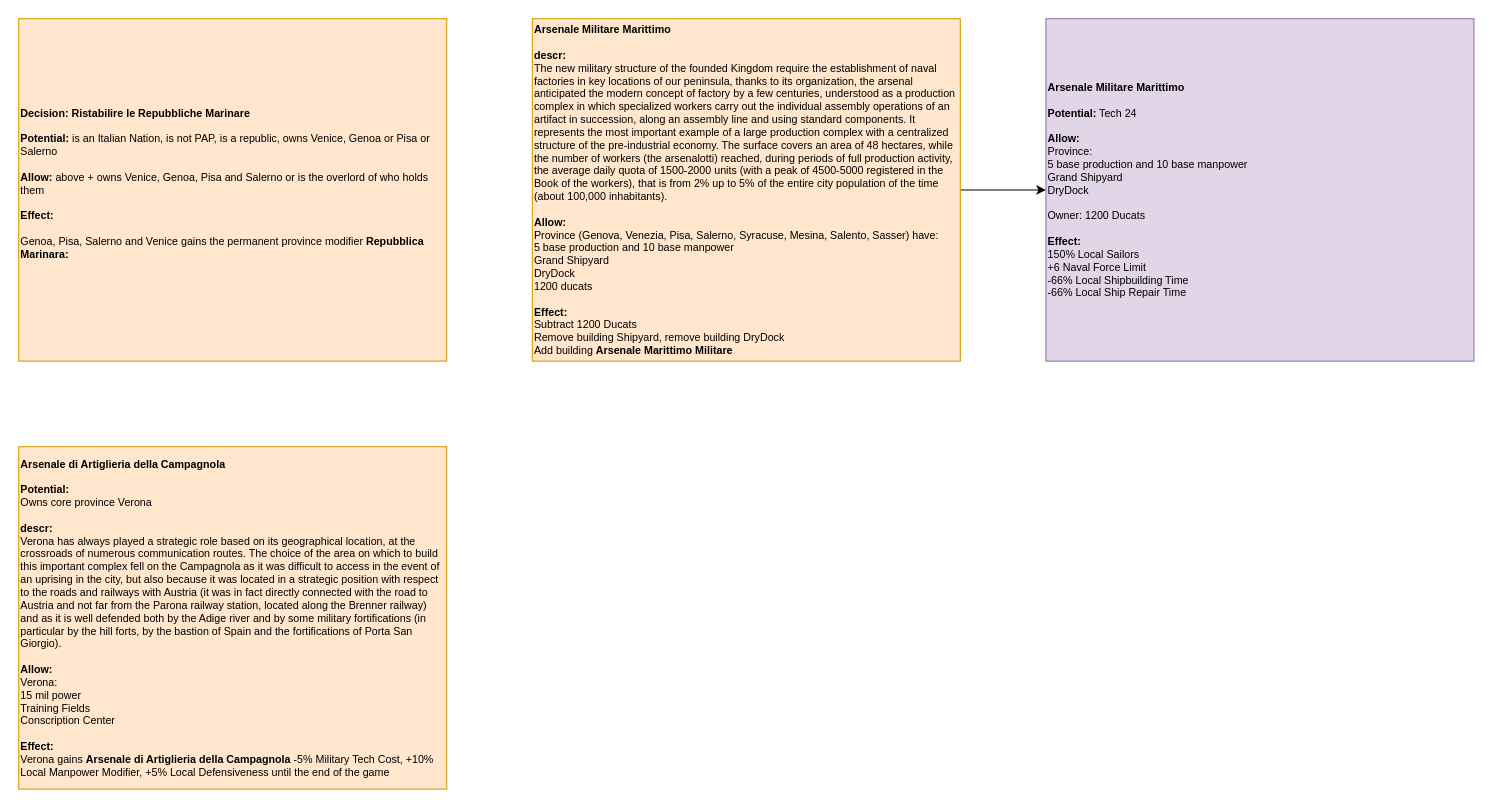
Before: page "Dec/Building" (4 of 4) of It's Spaghetti Time/It's Spaghetti Time.drawio in Melvasul/Missions-Expanded, a draw.io diagram. Source tidied: cells renumbered, new cells numbered last; positions are measured from the earlier drawing's top-left corner, leaving out a move shared by most shapes. Both pictures are drawn from the tidied source at 107%, with x=0, y=0 at pixel (18, 18).
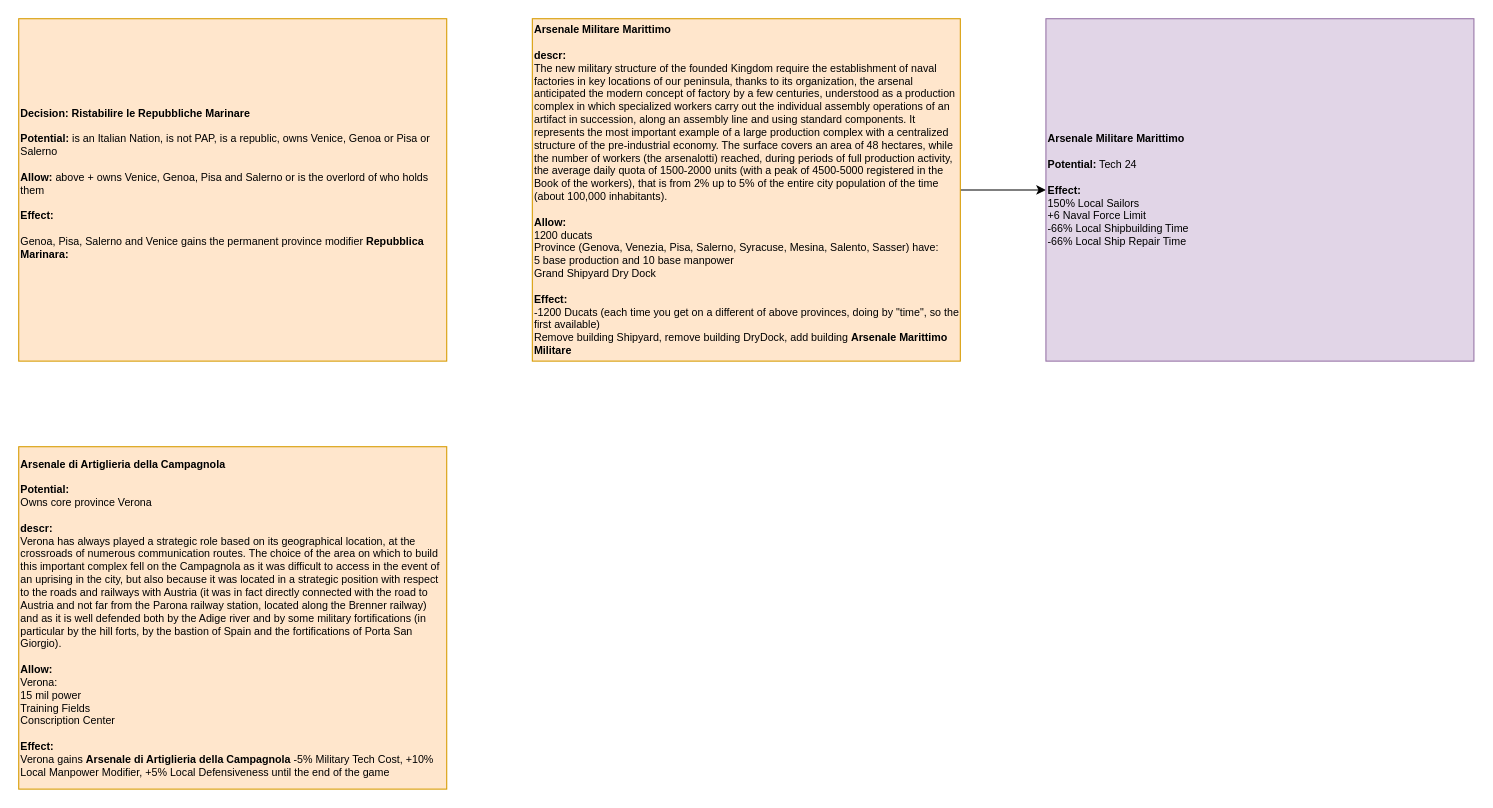
Above is the later version.

Change to the diagram source:
```diff
@@
 <mxGraphModel>
   <root>
     <mxCell id="0" />
     <mxCell id="1" parent="0" />
     <mxCell id="2" value="&lt;div style=&quot;font-size: 10px&quot; align=&quot;left&quot;&gt;&lt;b style=&quot;font-size: 10px&quot;&gt;Decision: Ristabilire le Repubbliche Marinare&lt;/b&gt;&lt;/div&gt;&lt;div style=&quot;font-size: 10px&quot; align=&quot;left&quot;&gt;&lt;br style=&quot;font-size: 10px&quot;&gt;&lt;/div&gt;&lt;div style=&quot;font-size: 10px&quot; align=&quot;left&quot;&gt;&lt;b style=&quot;font-size: 10px&quot;&gt;Potential: &lt;/b&gt;is an Italian Nation, is not PAP, is a republic, owns Venice, Genoa or Pisa or Salerno&lt;/div&gt;&lt;div style=&quot;font-size: 10px&quot; align=&quot;left&quot;&gt;&lt;br&gt;&lt;/div&gt;&lt;div style=&quot;font-size: 10px&quot; align=&quot;left&quot;&gt;&lt;b style=&quot;font-size: 10px&quot;&gt;Allow:&lt;/b&gt;&amp;nbsp;above + owns Venice, Genoa, Pisa and Salerno or is the overlord of who holds them&lt;/div&gt;&lt;div style=&quot;font-size: 10px&quot; align=&quot;left&quot;&gt;&lt;br style=&quot;font-size: 10px&quot;&gt;&lt;/div&gt;&lt;div style=&quot;font-size: 10px&quot; align=&quot;left&quot;&gt;&lt;b style=&quot;font-size: 10px&quot;&gt;Effect:&lt;/b&gt;&lt;/div&gt;&lt;div style=&quot;font-size: 10px&quot; align=&quot;left&quot;&gt;&lt;b style=&quot;font-size: 10px&quot;&gt;&lt;br&gt;&lt;/b&gt;&lt;/div&gt;&lt;div style=&quot;font-size: 10px&quot; align=&quot;left&quot;&gt;Genoa, Pisa, Salerno and Venice gains the permanent province modifier&amp;nbsp;&lt;b style=&quot;font-size: 10px&quot;&gt;Repubblica Marinara:&lt;/b&gt;&amp;nbsp;&lt;/div&gt;&lt;div style=&quot;font-size: 10px&quot; align=&quot;left&quot;&gt;&lt;br style=&quot;font-size: 10px&quot;&gt;&lt;/div&gt;" style="rounded=0;whiteSpace=wrap;html=1;align=left;fontSize=10;fillColor=#ffe6cc;strokeColor=#d79b00;fontColor=#000000;" parent="1" vertex="1">
       <mxGeometry width="400" height="320" as="geometry" />
     </mxCell>
     <mxCell id="3" style="edgeStyle=orthogonalEdgeStyle;rounded=0;jettySize=auto;html=1;exitX=1;exitY=0.5;exitDx=0;exitDy=0;" parent="1" edge="1" source="4" target="5">
       <mxGeometry relative="1" as="geometry" />
     </mxCell>
-    <mxCell id="4" value="&lt;div style=&quot;font-size: 10px&quot; align=&quot;left&quot;&gt;&lt;b&gt;Arsenale Militare Marittimo&lt;/b&gt;&lt;/div&gt;&lt;div style=&quot;font-size: 10px&quot; align=&quot;left&quot;&gt;&lt;br&gt;&lt;/div&gt;&lt;div style=&quot;font-size: 10px&quot; align=&quot;left&quot;&gt;&lt;b&gt;descr:&lt;/b&gt;&lt;/div&gt;&lt;div style=&quot;font-size: 10px&quot; align=&quot;left&quot;&gt;The new military structure of the founded Kingdom require the&amp;nbsp;establishment of naval factories in key locations of our peninsula, thanks to its organization, the arsenal anticipated the modern concept of factory by a few centuries, understood as a production complex in which specialized workers carry out the individual assembly operations of an artifact in succession, along an assembly line and using standard components. It represents the most important example of a large production complex with a centralized structure of the pre-industrial economy. The surface covers an area of 48 hectares, while the number of workers (the arsenalotti) reached, during periods of full production activity, the average daily quota of 1500-2000 units (with a peak of 4500-5000 registered in the Book of the workers), that is from 2% up to 5% of the entire city population of the time (about 100,000 inhabitants).&amp;nbsp;&lt;/div&gt;&lt;div style=&quot;font-size: 10px&quot; align=&quot;left&quot;&gt;&lt;br&gt;&lt;/div&gt;&lt;div style=&quot;font-size: 10px&quot; align=&quot;left&quot;&gt;&lt;b style=&quot;font-size: 10px&quot;&gt;Allow:&lt;/b&gt;&amp;nbsp;&lt;/div&gt;&lt;div style=&quot;font-size: 10px&quot; align=&quot;left&quot;&gt;Province (Genova, Venezia, Pisa, Salerno, Syracuse, Mesina, Salento, Sasser) have:&lt;/div&gt;&lt;div style=&quot;font-size: 10px&quot; align=&quot;left&quot;&gt;5 base production and 10 base manpower&lt;/div&gt;&lt;div style=&quot;font-size: 10px&quot; align=&quot;left&quot;&gt;Grand Shipyard&lt;/div&gt;&lt;div style=&quot;font-size: 10px&quot; align=&quot;left&quot;&gt;DryDock&lt;/div&gt;&lt;div style=&quot;font-size: 10px&quot; align=&quot;left&quot;&gt;1200 ducats&lt;/div&gt;&lt;div style=&quot;font-size: 10px&quot; align=&quot;left&quot;&gt;&lt;br&gt;&lt;/div&gt;&lt;div style=&quot;font-size: 10px&quot; align=&quot;left&quot;&gt;&lt;b style=&quot;font-size: 10px&quot;&gt;Effect:&lt;/b&gt;&lt;/div&gt;&lt;div style=&quot;font-size: 10px&quot; align=&quot;left&quot;&gt;Subtract 1200 Ducats&lt;/div&gt;&lt;div style=&quot;font-size: 10px&quot; align=&quot;left&quot;&gt;Remove building Shipyard, remove building DryDock&lt;/div&gt;&lt;div style=&quot;font-size: 10px&quot; align=&quot;left&quot;&gt;Add building &lt;b&gt;Arsenale Marittimo Militare&lt;/b&gt;&amp;nbsp;&lt;/div&gt;" style="rounded=0;whiteSpace=wrap;html=1;align=left;fontSize=10;fillColor=#ffe6cc;strokeColor=#d79b00;fontColor=#000000;" parent="1" vertex="1">
+    <mxCell id="4" value="&lt;div style=&quot;font-size: 10px&quot; align=&quot;left&quot;&gt;&lt;b&gt;Arsenale Militare Marittimo&lt;/b&gt;&lt;/div&gt;&lt;div style=&quot;font-size: 10px&quot; align=&quot;left&quot;&gt;&lt;br&gt;&lt;/div&gt;&lt;div style=&quot;font-size: 10px&quot; align=&quot;left&quot;&gt;&lt;b&gt;descr:&lt;/b&gt;&lt;/div&gt;&lt;div style=&quot;font-size: 10px&quot; align=&quot;left&quot;&gt;The new military structure of the founded Kingdom require the&amp;nbsp;establishment of naval factories in key locations of our peninsula, thanks to its organization, the arsenal anticipated the modern concept of factory by a few centuries, understood as a production complex in which specialized workers carry out the individual assembly operations of an artifact in succession, along an assembly line and using standard components. It represents the most important example of a large production complex with a centralized structure of the pre-industrial economy. The surface covers an area of 48 hectares, while the number of workers (the arsenalotti) reached, during periods of full production activity, the average daily quota of 1500-2000 units (with a peak of 4500-5000 registered in the Book of the workers), that is from 2% up to 5% of the entire city population of the time (about 100,000 inhabitants).&amp;nbsp;&lt;/div&gt;&lt;div style=&quot;font-size: 10px&quot; align=&quot;left&quot;&gt;&lt;br&gt;&lt;/div&gt;&lt;div style=&quot;font-size: 10px&quot; align=&quot;left&quot;&gt;&lt;b style=&quot;font-size: 10px&quot;&gt;Allow:&lt;/b&gt;&amp;nbsp;&lt;/div&gt;&lt;div style=&quot;font-size: 10px&quot; align=&quot;left&quot;&gt;1200 ducats&lt;br&gt;&lt;/div&gt;&lt;div style=&quot;font-size: 10px&quot; align=&quot;left&quot;&gt;Province (Genova, Venezia, Pisa, Salerno, Syracuse, Mesina, Salento, Sasser) have:&lt;/div&gt;&lt;div style=&quot;font-size: 10px&quot; align=&quot;left&quot;&gt;5 base production and 10 base manpower&lt;/div&gt;&lt;div style=&quot;font-size: 10px&quot; align=&quot;left&quot;&gt;Grand Shipyard&amp;nbsp;&lt;span&gt;Dry Dock&lt;/span&gt;&lt;/div&gt;&lt;div style=&quot;font-size: 10px&quot; align=&quot;left&quot;&gt;&lt;br&gt;&lt;/div&gt;&lt;div style=&quot;font-size: 10px&quot; align=&quot;left&quot;&gt;&lt;b style=&quot;font-size: 10px&quot;&gt;Effect:&lt;/b&gt;&lt;/div&gt;&lt;div style=&quot;font-size: 10px&quot; align=&quot;left&quot;&gt;-1200 Ducats (each time you get on a different of above provinces, doing by &quot;time&quot;, so the first available)&lt;/div&gt;&lt;div style=&quot;font-size: 10px&quot; align=&quot;left&quot;&gt;Remove building Shipyard, remove building DryDock, a&lt;span&gt;dd building &lt;/span&gt;&lt;b&gt;Arsenale Marittimo Militare&lt;/b&gt;&lt;span&gt;&amp;nbsp;&lt;/span&gt;&lt;/div&gt;" style="rounded=0;whiteSpace=wrap;html=1;align=left;fontSize=10;fillColor=#ffe6cc;strokeColor=#d79b00;fontColor=#000000;" parent="1" vertex="1">
       <mxGeometry x="480" width="400" height="320" as="geometry" />
     </mxCell>
-    <mxCell id="5" value="&lt;div style=&quot;font-size: 10px&quot; align=&quot;left&quot;&gt;&lt;b&gt;Arsenale Militare Marittimo&lt;/b&gt;&lt;/div&gt;&lt;div style=&quot;font-size: 10px&quot; align=&quot;left&quot;&gt;&lt;br style=&quot;font-size: 10px&quot;&gt;&lt;/div&gt;&lt;div style=&quot;font-size: 10px&quot; align=&quot;left&quot;&gt;&lt;b style=&quot;font-size: 10px&quot;&gt;Potential:&lt;/b&gt;&lt;span style=&quot;font-size: 10px&quot;&gt; Tech 24&lt;/span&gt;&lt;/div&gt;&lt;div style=&quot;font-size: 10px&quot; align=&quot;left&quot;&gt;&lt;br&gt;&lt;/div&gt;&lt;div style=&quot;font-size: 10px&quot; align=&quot;left&quot;&gt;&lt;b style=&quot;font-size: 10px&quot;&gt;Allow:&lt;/b&gt;&amp;nbsp;&lt;/div&gt;&lt;div style=&quot;font-size: 10px&quot; align=&quot;left&quot;&gt;&lt;span&gt;Province:&lt;/span&gt;&lt;/div&gt;&lt;div style=&quot;font-size: 10px&quot; align=&quot;left&quot;&gt;&lt;span&gt;5 base production and 10 base manpower&lt;/span&gt;&lt;br&gt;&lt;/div&gt;&lt;div style=&quot;font-size: 10px&quot; align=&quot;left&quot;&gt;Grand Shipyard&lt;/div&gt;&lt;div style=&quot;font-size: 10px&quot; align=&quot;left&quot;&gt;DryDock&lt;/div&gt;&lt;div style=&quot;font-size: 10px&quot; align=&quot;left&quot;&gt;&lt;br&gt;&lt;/div&gt;&lt;div style=&quot;font-size: 10px&quot; align=&quot;left&quot;&gt;Owner: 1200 Ducats&lt;/div&gt;&lt;div style=&quot;font-size: 10px&quot; align=&quot;left&quot;&gt;&lt;br style=&quot;font-size: 10px&quot;&gt;&lt;/div&gt;&lt;div style=&quot;font-size: 10px&quot; align=&quot;left&quot;&gt;&lt;b style=&quot;font-size: 10px&quot;&gt;Effect:&lt;/b&gt;&lt;/div&gt;&lt;div style=&quot;font-size: 10px&quot; align=&quot;left&quot;&gt;150% Local Sailors&lt;/div&gt;&lt;div style=&quot;font-size: 10px&quot; align=&quot;left&quot;&gt;+6 Naval Force Limit&lt;/div&gt;&lt;div style=&quot;font-size: 10px&quot; align=&quot;left&quot;&gt;-66% Local Shipbuilding Time&lt;/div&gt;&lt;div style=&quot;font-size: 10px&quot; align=&quot;left&quot;&gt;-66% Local Ship Repair Time&lt;/div&gt;" style="rounded=0;whiteSpace=wrap;html=1;align=left;fontSize=10;fillColor=#e1d5e7;strokeColor=#9673a6;fontColor=#000000;" parent="1" vertex="1">
+    <mxCell id="5" value="&lt;div style=&quot;font-size: 10px&quot; align=&quot;left&quot;&gt;&lt;b&gt;Arsenale Militare Marittimo&lt;/b&gt;&lt;/div&gt;&lt;div style=&quot;font-size: 10px&quot; align=&quot;left&quot;&gt;&lt;br style=&quot;font-size: 10px&quot;&gt;&lt;/div&gt;&lt;div style=&quot;font-size: 10px&quot; align=&quot;left&quot;&gt;&lt;b style=&quot;font-size: 10px&quot;&gt;Potential:&lt;/b&gt;&lt;span style=&quot;font-size: 10px&quot;&gt; Tech 24&lt;/span&gt;&lt;/div&gt;&lt;div style=&quot;font-size: 10px&quot; align=&quot;left&quot;&gt;&lt;br&gt;&lt;/div&gt;&lt;div style=&quot;font-size: 10px&quot; align=&quot;left&quot;&gt;&lt;b style=&quot;font-size: 10px&quot;&gt;Effect:&lt;/b&gt;&lt;/div&gt;&lt;div style=&quot;font-size: 10px&quot; align=&quot;left&quot;&gt;150% Local Sailors&lt;/div&gt;&lt;div style=&quot;font-size: 10px&quot; align=&quot;left&quot;&gt;+6 Naval Force Limit&lt;/div&gt;&lt;div style=&quot;font-size: 10px&quot; align=&quot;left&quot;&gt;-66% Local Shipbuilding Time&lt;/div&gt;&lt;div style=&quot;font-size: 10px&quot; align=&quot;left&quot;&gt;-66% Local Ship Repair Time&lt;/div&gt;" style="rounded=0;whiteSpace=wrap;html=1;align=left;fontSize=10;fillColor=#e1d5e7;strokeColor=#9673a6;fontColor=#000000;" parent="1" vertex="1">
       <mxGeometry x="960" width="400" height="320" as="geometry" />
     </mxCell>
     <mxCell id="6" value="&lt;div align=&quot;left&quot;&gt;&lt;b&gt;Arsenale di Artiglieria della Campagnola&lt;/b&gt;&lt;br&gt;&lt;/div&gt;&lt;div style=&quot;font-size: 10px&quot; align=&quot;left&quot;&gt;&lt;br style=&quot;font-size: 10px&quot;&gt;&lt;/div&gt;&lt;div style=&quot;font-size: 10px&quot; align=&quot;left&quot;&gt;&lt;b style=&quot;font-size: 10px&quot;&gt;Potential:&lt;/b&gt;&lt;/div&gt;&lt;div style=&quot;font-size: 10px&quot; align=&quot;left&quot;&gt;Owns core province Verona&lt;br&gt;&lt;/div&gt;&lt;div style=&quot;font-size: 10px&quot; align=&quot;left&quot;&gt;&lt;br&gt;&lt;/div&gt;&lt;div style=&quot;font-size: 10px&quot; align=&quot;left&quot;&gt;&lt;b&gt;descr:&lt;/b&gt;&lt;/div&gt;&lt;div align=&quot;left&quot;&gt;Verona has always played a strategic role based on its geographical location, at the crossroads of numerous communication routes.&amp;nbsp;The choice of the area on which to build this important complex fell on the Campagnola as it was difficult to access in the event of an uprising in the city, but also because it was located in a strategic position with respect to the roads and railways with Austria (it was in fact directly connected with the road to Austria and not far from the Parona railway station, located along the Brenner railway) and as it is well defended both by the Adige river and by some military fortifications (in particular by the hill forts, by the bastion of Spain and the fortifications of Porta San Giorgio).&amp;nbsp;&lt;/div&gt;&lt;div align=&quot;left&quot;&gt;&lt;br&gt;&lt;/div&gt;&lt;div style=&quot;font-size: 10px&quot; align=&quot;left&quot;&gt;&lt;b style=&quot;font-size: 10px&quot;&gt;Allow:&lt;/b&gt;&amp;nbsp;&lt;/div&gt;&lt;div style=&quot;font-size: 10px&quot; align=&quot;left&quot;&gt;&lt;span&gt;Verona:&lt;/span&gt;&lt;br&gt;&lt;/div&gt;&lt;div style=&quot;font-size: 10px&quot; align=&quot;left&quot;&gt;&lt;div align=&quot;left&quot;&gt;15 mil power&lt;/div&gt;&lt;div align=&quot;left&quot;&gt;Training Fields&lt;/div&gt;&lt;div align=&quot;left&quot;&gt;Conscription Center&lt;/div&gt;&lt;/div&gt;&lt;div style=&quot;font-size: 10px&quot; align=&quot;left&quot;&gt;&lt;br&gt;&lt;/div&gt;&lt;div style=&quot;font-size: 10px&quot; align=&quot;left&quot;&gt;&lt;b style=&quot;font-size: 10px&quot;&gt;Effect:&lt;/b&gt;&lt;/div&gt;&lt;div style=&quot;font-size: 10px&quot; align=&quot;left&quot;&gt;Verona gains&amp;nbsp;&lt;b&gt;Arsenale di Artiglieria della Campagnola&lt;/b&gt;&amp;nbsp;-5% Military Tech Cost, +10% Local Manpower Modifier, +5% Local Defensiveness until the end of the game&amp;nbsp;&lt;/div&gt;" style="rounded=0;whiteSpace=wrap;html=1;align=left;fontSize=10;fillColor=#ffe6cc;strokeColor=#d79b00;fontColor=#000000;" parent="1" vertex="1">
       <mxGeometry y="400" width="400" height="320" as="geometry" />
     </mxCell>
   </root>
 </mxGraphModel>
```
